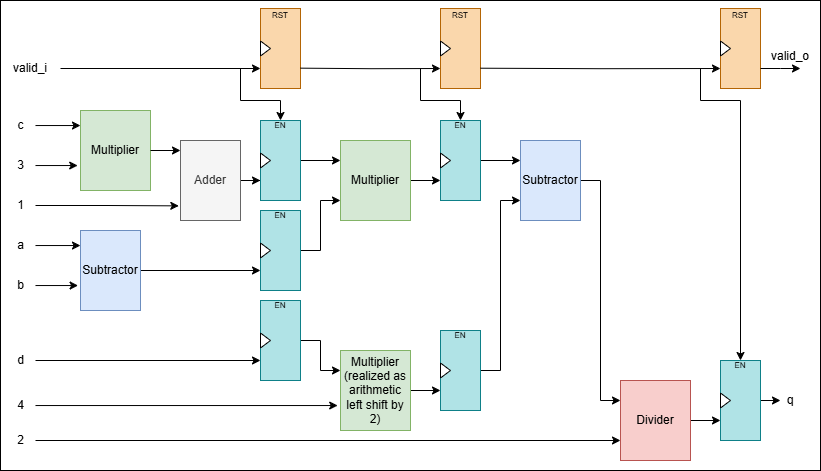
olzhasnurman/math_equation keeps this draw.io diagram as diagram/math_equation_diagram.png. Above is the earlier version. Source tidied: cells renumbered, new cells last; positions are measured from the earlier drawing's top-left corner, leaving out a move shared by most shapes.
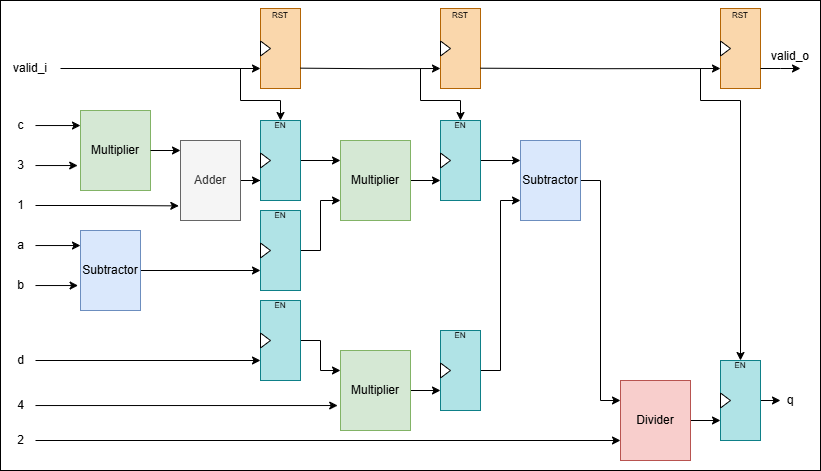
After the commit.

Diff of the diagram source:
```diff
@@ -62,7 +62,7 @@
     <mxCell id="21" style="edgeStyle=orthogonalEdgeStyle;rounded=0;jettySize=auto;html=1;entryX=0;entryY=0.75;entryDx=0;entryDy=0;" parent="1" edge="1" source="22" target="53">
       <mxGeometry relative="1" as="geometry" />
     </mxCell>
-    <mxCell id="22" value="Multiplier&lt;div&gt;(realized as&lt;/div&gt;&lt;div&gt;arithmetic&lt;/div&gt;&lt;div&gt;left shift by 2)&lt;/div&gt;" style="rounded=0;whiteSpace=wrap;html=1;fillColor=#d5e8d4;strokeColor=#82b366;" parent="1" vertex="1">
+    <mxCell id="22" value="Multiplier" style="rounded=0;whiteSpace=wrap;html=1;fillColor=#d5e8d4;strokeColor=#82b366;" parent="1" vertex="1">
       <mxGeometry x="340" y="350" width="70" height="80" as="geometry" />
     </mxCell>
     <mxCell id="23" style="edgeStyle=orthogonalEdgeStyle;rounded=0;jettySize=auto;html=1;entryX=0;entryY=0.75;entryDx=0;entryDy=0;" parent="1" edge="1" source="24" target="45">
```
